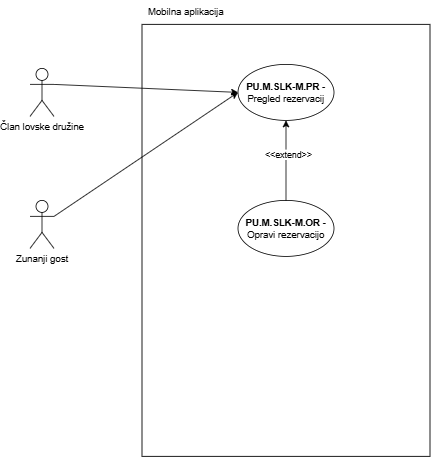
Above: Skrbnistvo lovskih koc-Mobilna aplikacija.drawio.png in ErnestISv/Lovstvo (draw.io), before the change. Source tidied: cells renumbered, new cells last; positions are measured from the earlier drawing's top-left corner, leaving out a move shared by most shapes.
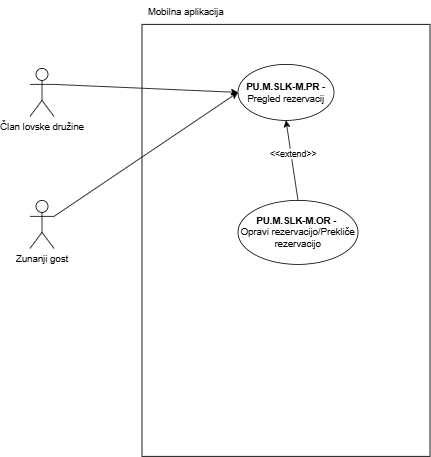
After the change.

Diff of the diagram source:
```diff
@@ -8,8 +8,8 @@
     <mxCell id="3" value="&lt;b&gt;PU.M.SLK-M.PR -&lt;/b&gt; Pregled rezervacij" style="ellipse;whiteSpace=wrap;html=1;" parent="1" vertex="1">
       <mxGeometry x="260" y="80" width="120" height="70" as="geometry" />
     </mxCell>
-    <mxCell id="4" value="&lt;b&gt;PU.M.SLK-M.&lt;/b&gt;&lt;b&gt;OR -&lt;/b&gt; Opravi rezervacijo" style="ellipse;whiteSpace=wrap;html=1;" parent="1" vertex="1">
-      <mxGeometry x="260" y="250" width="120" height="70" as="geometry" />
+    <mxCell id="4" value="&lt;b&gt;PU.M.SLK-M.&lt;/b&gt;&lt;b&gt;OR -&lt;/b&gt;&amp;nbsp;&lt;div&gt;Opravi rezervacijo/Prekliče rezervacijo&lt;/div&gt;" style="ellipse;whiteSpace=wrap;html=1;" parent="1" vertex="1">
+      <mxGeometry x="260" y="250" width="150" height="80" as="geometry" />
     </mxCell>
     <mxCell id="5" value="Mobilna aplikacija" style="text;html=1;align=center;verticalAlign=middle;whiteSpace=wrap;rounded=0;" parent="1" vertex="1">
       <mxGeometry x="140" width="110" height="30" as="geometry" />
```
